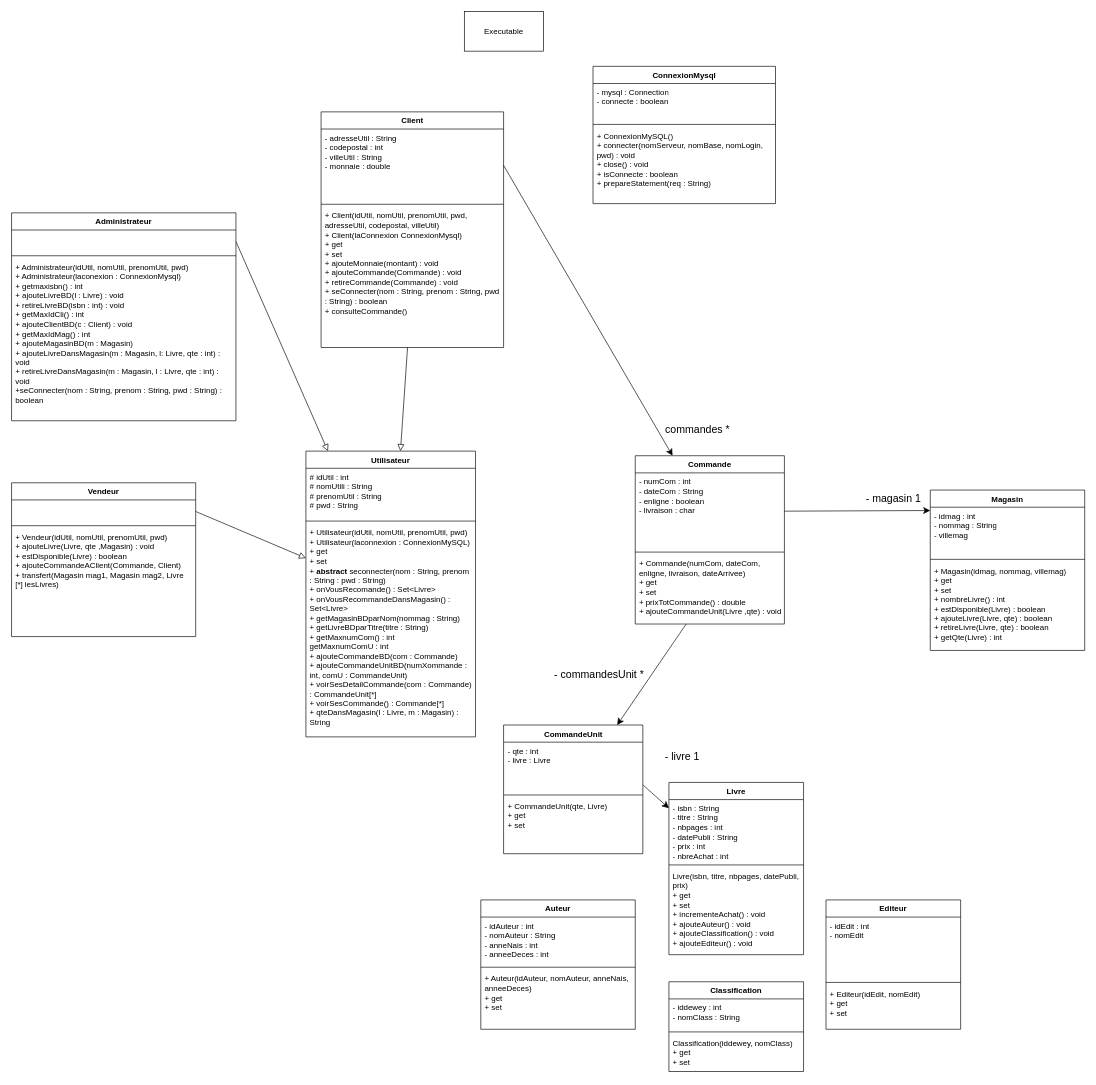
The draw.io diagram UML.drawio in BastienMonet/SAEjava2.03, before the edit. Source tidied: cells renumbered, new cells numbered last; positions are measured from the earlier drawing's top-left corner, leaving out a move shared by most shapes. Both pictures are drawn from the tidied source at 66%, with x=0, y=0 at pixel (11, 11).
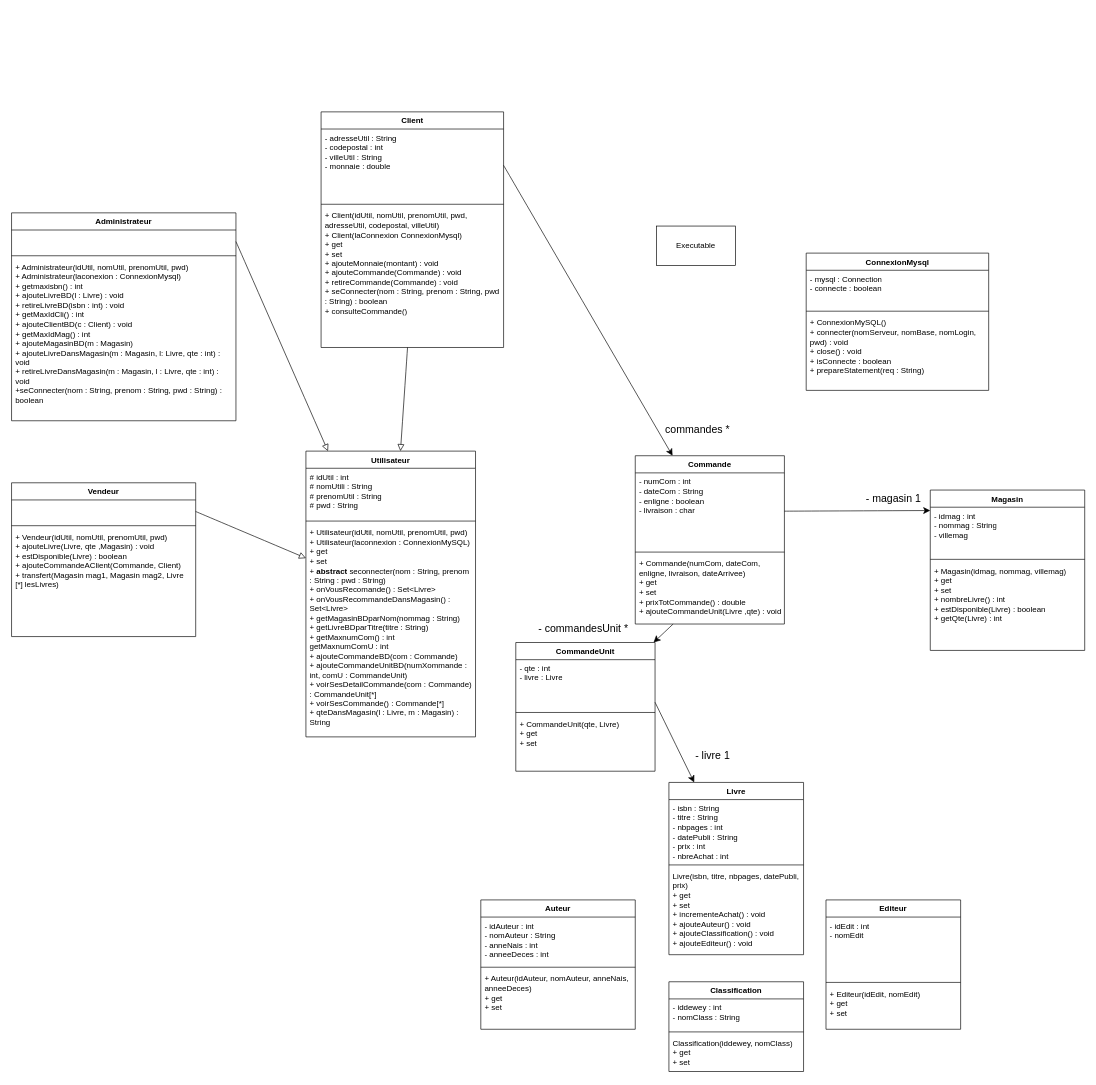
Above is the later version.

Commit message:
l'UML est a peut près complet

Unchanged cells that the change refers to:
```xml
<mxCell id="27" value="Magasin" style="swimlane;fontStyle=1;align=center;verticalAlign=top;horizontal=1;startSize=26;whiteSpace=wrap;html=1;" parent="1" vertex="1">
  <mxGeometry x="1392" y="725" width="234" height="243" as="geometry" />
</mxCell>
```

What changed in the source:
```diff
@@
-    <mxCell id="30" value="&lt;div&gt;&lt;div&gt;+ Magasin(idmag, nommag, villemag)&lt;/div&gt;&lt;div&gt;+ get&lt;/div&gt;&lt;div&gt;+ set&lt;/div&gt;&lt;/div&gt;&lt;div&gt;+ nombreLivre() : int&lt;/div&gt;&lt;div&gt;+ estDisponible(Livre) : boolean&lt;/div&gt;&lt;div&gt;+ ajouteLivre(Livre, qte) : boolean&lt;/div&gt;&lt;div&gt;+ retireLivre(Livre, qte) : boolean&lt;/div&gt;&lt;div&gt;+ getQte(Livre) : int&lt;/div&gt;" style="text;strokeColor=none;fillColor=none;align=left;verticalAlign=top;spacingLeft=4;spacingRight=4;overflow=hidden;whiteSpace=wrap;html=1;" parent="27" vertex="1">
+    <mxCell id="30" value="&lt;div&gt;&lt;div&gt;+ Magasin(idmag, nommag, villemag)&lt;/div&gt;&lt;div&gt;+ get&lt;/div&gt;&lt;div&gt;+ set&lt;/div&gt;&lt;/div&gt;&lt;div&gt;+ nombreLivre() : int&lt;/div&gt;&lt;div&gt;+ estDisponible(Livre) : boolean&lt;/div&gt;&lt;div&gt;&lt;span style=&quot;background-color: transparent;&quot;&gt;+ getQte(Livre) : int&lt;/span&gt;&lt;/div&gt;" style="text;strokeColor=none;fillColor=none;align=left;verticalAlign=top;spacingLeft=4;spacingRight=4;overflow=hidden;whiteSpace=wrap;html=1;" parent="27" vertex="1">
       <mxGeometry y="109" width="234" height="134" as="geometry" />
     </mxCell>
@@
     <mxCell id="41" value="CommandeUnit" style="swimlane;fontStyle=1;align=center;verticalAlign=top;horizontal=1;startSize=26;whiteSpace=wrap;html=1;" parent="1" vertex="1">
-      <mxGeometry x="745.5" y="1081" width="211" height="195" as="geometry" />
+      <mxGeometry x="764" y="956" width="211" height="195" as="geometry" />
     </mxCell>
@@
     <mxCell id="55" value="- livre 1" style="text;html=1;align=center;verticalAlign=middle;strokeColor=none;fillColor=none;fontSize=16;" parent="1" vertex="1">
-      <mxGeometry x="981" y="1112.5" width="70" height="31" as="geometry" />
+      <mxGeometry x="1027" y="1111" width="70" height="31" as="geometry" />
     </mxCell>
     <mxCell id="56" value="- commandesUnit *" style="text;html=1;align=center;verticalAlign=middle;strokeColor=none;fillColor=none;fontSize=16;" parent="1" vertex="1">
-      <mxGeometry x="813" y="989" width="154" height="31" as="geometry" />
+      <mxGeometry x="789" y="919" width="154" height="31" as="geometry" />
     </mxCell>
     <mxCell id="57" value="Executable" style="rounded=0;whiteSpace=wrap;html=1;" parent="1" vertex="1">
-      <mxGeometry x="686" width="120" height="60" as="geometry" />
+      <mxGeometry x="977" y="325" width="120" height="60" as="geometry" />
     </mxCell>
     <mxCell id="58" value="ConnexionMysql" style="swimlane;fontStyle=1;align=center;verticalAlign=top;horizontal=1;startSize=26;whiteSpace=wrap;html=1;" parent="1" vertex="1">
-      <mxGeometry x="881" y="83" width="276.5" height="208" as="geometry" />
+      <mxGeometry x="1204" y="366" width="276.5" height="208" as="geometry" />
     </mxCell>
```
